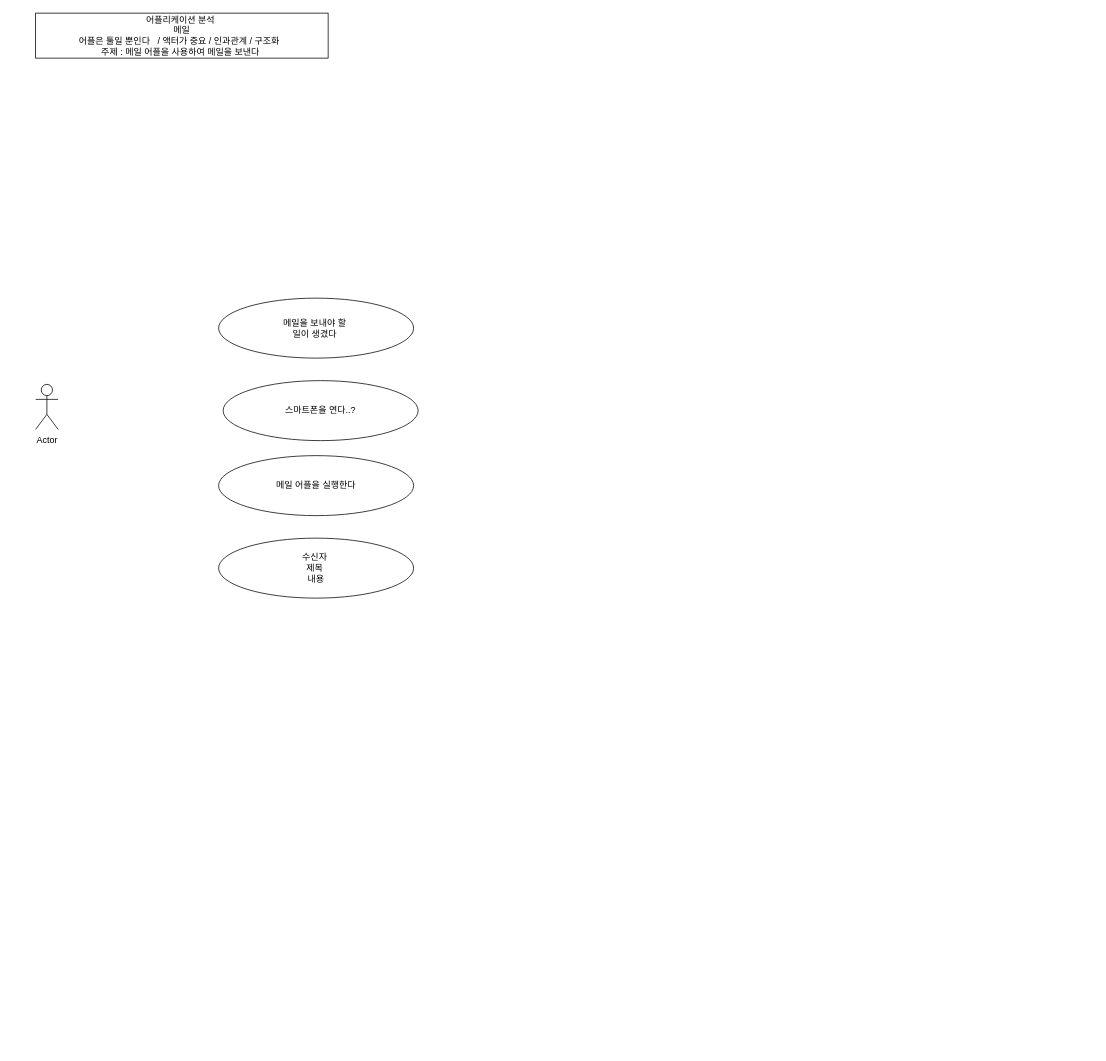
Before: usecase_diagram/application analysis(0922).drawio in Jin-bright/diagram_study, a draw.io diagram. Source tidied: cells renumbered, new cells numbered last; positions are measured from the earlier drawing's top-left corner, leaving out a move shared by most shapes. Both pictures are drawn from the tidied source at 75%, with x=0, y=0 at pixel (35, 13).
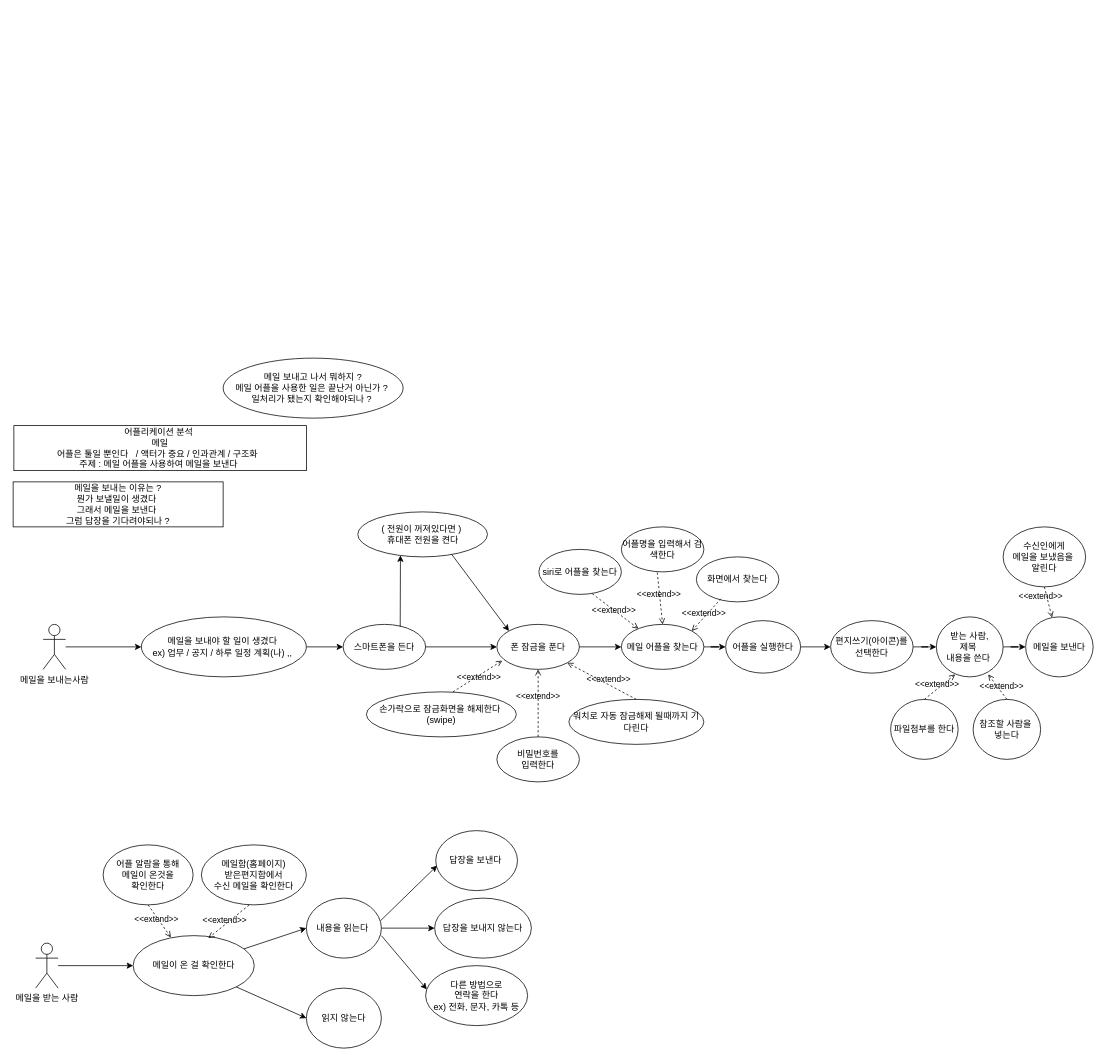
After the change.

What changed in the source:
```diff
@@
     <mxCell id="2" value="어플리케이션 분석&amp;nbsp;&lt;br&gt;메일&lt;br&gt;어플은 툴일 뿐인다&amp;nbsp; &amp;nbsp;/ 액터가 중요 / 인과관계 / 구조화&amp;nbsp;&amp;nbsp;&lt;br&gt;주제 : 메일 어플을 사용하여 메일을 보낸다&amp;nbsp;" style="rounded=0;whiteSpace=wrap;html=1;" parent="1" vertex="1">
-      <mxGeometry width="390" height="60" as="geometry" />
+      <mxGeometry x="-29" y="550" width="390" height="60" as="geometry" />
     </mxCell>
+    <mxCell id="8" style="edgeStyle=orthogonalEdgeStyle;rounded=0;jettySize=auto;html=1;" parent="1" edge="1" source="3" target="4">
+      <mxGeometry relative="1" as="geometry" />
+    </mxCell>
-    <mxCell id="3" value="Actor" style="shape=umlActor;verticalLabelPosition=bottom;verticalAlign=top;html=1;outlineConnect=0;" parent="1" vertex="1">
-      <mxGeometry y="495" width="30" height="60" as="geometry" />
+    <mxCell id="3" value="메일을 보내는사람" style="shape=umlActor;verticalLabelPosition=bottom;verticalAlign=top;html=1;outlineConnect=0;" parent="1" vertex="1">
+      <mxGeometry x="10" y="815" width="30" height="60" as="geometry" />
     </mxCell>
+    <mxCell id="9" style="edgeStyle=orthogonalEdgeStyle;rounded=0;jettySize=auto;html=1;" parent="1" edge="1" source="4" target="14">
+      <mxGeometry relative="1" as="geometry" />
+    </mxCell>
-    <mxCell id="4" value="메일을 보내야 할&amp;nbsp;&lt;br&gt;일이 생겼다&amp;nbsp;" style="ellipse;whiteSpace=wrap;html=1;" parent="1" vertex="1">
-      <mxGeometry x="244" y="380" width="260" height="80" as="geometry" />
+    <mxCell id="4" value="메일을 보내야 할&amp;nbsp;일이 생겼다&amp;nbsp;&lt;br&gt;ex) 업무 / 공지 / 하루 일정 계획(나) ,,&amp;nbsp;&lt;br&gt;" style="ellipse;whiteSpace=wrap;html=1;" parent="1" vertex="1">
+      <mxGeometry x="141" y="805" width="220" height="80" as="geometry" />
     </mxCell>
-    <mxCell id="5" value="스마트폰을 연다..?" style="ellipse;whiteSpace=wrap;html=1;" parent="1" vertex="1">
-      <mxGeometry x="250" y="490" width="260" height="80" as="geometry" />
+    <mxCell id="5" value="수신인에게&lt;br&gt;메일을 보냈음을&amp;nbsp;&lt;br&gt;알린다" style="ellipse;whiteSpace=wrap;html=1;" parent="1" vertex="1">
+      <mxGeometry x="1290" y="685" width="110" height="80" as="geometry" />
     </mxCell>
+    <mxCell id="10" style="edgeStyle=orthogonalEdgeStyle;rounded=0;jettySize=auto;html=1;" parent="1" edge="1" source="6" target="37">
+      <mxGeometry relative="1" as="geometry" />
+    </mxCell>
-    <mxCell id="6" value="메일 어플을 실행한다" style="ellipse;whiteSpace=wrap;html=1;" parent="1" vertex="1">
-      <mxGeometry x="244" y="590" width="260" height="80" as="geometry" />
+    <mxCell id="6" value="어플을 실행한다" style="ellipse;whiteSpace=wrap;html=1;" parent="1" vertex="1">
+      <mxGeometry x="920" y="810" width="100" height="70" as="geometry" />
     </mxCell>
+    <mxCell id="11" style="edgeStyle=orthogonalEdgeStyle;rounded=0;jettySize=auto;html=1;" parent="1" edge="1" source="7" target="12">
+      <mxGeometry relative="1" as="geometry" />
+    </mxCell>
-    <mxCell id="7" value="수신자&amp;nbsp;&lt;br&gt;제목&amp;nbsp;&lt;br&gt;내용&lt;br&gt;" style="ellipse;whiteSpace=wrap;html=1;" parent="1" vertex="1">
-      <mxGeometry x="244" y="700" width="260" height="80" as="geometry" />
+    <mxCell id="7" value="받는 사람,&lt;br&gt;제목&amp;nbsp;&lt;br&gt;내용을 쓴다&amp;nbsp;" style="ellipse;whiteSpace=wrap;html=1;" parent="1" vertex="1">
+      <mxGeometry x="1201" y="805" width="89" height="80" as="geometry" />
     </mxCell>
+    <mxCell id="12" value="메일을 보낸다" style="ellipse;whiteSpace=wrap;html=1;" parent="1" vertex="1">
+      <mxGeometry x="1320" y="805" width="90" height="80" as="geometry" />
+    </mxCell>
+    <mxCell id="13" value="메일 보내고 나서 뭐하지 ? &lt;br&gt;메일 어플을 사용한 일은 끝난거 아닌가 ?&amp;nbsp;&lt;br&gt;일처리가 됐는지 확인해야되나 ?&amp;nbsp;" style="ellipse;whiteSpace=wrap;html=1;" parent="1" vertex="1">
+      <mxGeometry x="250" y="460" width="240" height="80" as="geometry" />
+    </mxCell>
+    <mxCell id="14" value="스마트폰을 든다" style="ellipse;whiteSpace=wrap;html=1;" parent="1" vertex="1">
+      <mxGeometry x="410" y="815" width="110" height="60" as="geometry" />
+    </mxCell>
+    <mxCell id="15" value="폰 잠금을 푼다" style="ellipse;whiteSpace=wrap;html=1;" parent="1" vertex="1">
+      <mxGeometry x="615" y="815" width="110" height="60" as="geometry" />
+    </mxCell>
+    <mxCell id="16" value="( 전원이 꺼져있다면 )&amp;nbsp;&lt;br&gt;휴대폰 전원을 켠다" style="ellipse;whiteSpace=wrap;html=1;" parent="1" vertex="1">
+      <mxGeometry x="429.5" y="665" width="173" height="60" as="geometry" />
+    </mxCell>
+    <mxCell id="17" style="edgeStyle=orthogonalEdgeStyle;rounded=0;jettySize=auto;html=1;" parent="1" edge="1" source="18" target="6">
+      <mxGeometry relative="1" as="geometry" />
+    </mxCell>
+    <mxCell id="18" value="메일 어플을 찾는다" style="ellipse;whiteSpace=wrap;html=1;" parent="1" vertex="1">
+      <mxGeometry x="781" y="815" width="110" height="60" as="geometry" />
+    </mxCell>
+    <mxCell id="19" value="비밀번호를 &lt;br&gt;입력한다" style="ellipse;whiteSpace=wrap;html=1;" parent="1" vertex="1">
+      <mxGeometry x="615" y="965" width="110" height="60" as="geometry" />
+    </mxCell>
+    <mxCell id="20" value="워치로 자동 잠금해제 될때까지 기다린다" style="ellipse;whiteSpace=wrap;html=1;" parent="1" vertex="1">
+      <mxGeometry x="711" y="915" width="180" height="60" as="geometry" />
+    </mxCell>
+    <mxCell id="21" value="화면에서 찾는다" style="ellipse;whiteSpace=wrap;html=1;" parent="1" vertex="1">
+      <mxGeometry x="881" y="725" width="110" height="60" as="geometry" />
+    </mxCell>
+    <mxCell id="22" value="어플명을 입력해서 검색한다" style="ellipse;whiteSpace=wrap;html=1;" parent="1" vertex="1">
+      <mxGeometry x="781" y="685" width="110" height="60" as="geometry" />
+    </mxCell>
+    <mxCell id="23" value="&amp;lt;&amp;lt;extend&amp;gt;&amp;gt;" style="html=1;verticalAlign=bottom;labelBackgroundColor=none;endArrow=open;endFill=0;dashed=1;rounded=0;exitX=0.577;exitY=0;exitDx=0;exitDy=0;exitPerimeter=0;entryX=0.065;entryY=0.806;entryDx=0;entryDy=0;entryPerimeter=0;" parent="1" edge="1" source="32" target="15">
+      <mxGeometry x="-0.11" y="-10" relative="1" as="geometry" />
+    </mxCell>
+    <mxCell id="24" value="&amp;lt;&amp;lt;extend&amp;gt;&amp;gt;" style="html=1;verticalAlign=bottom;labelBackgroundColor=none;endArrow=open;endFill=0;dashed=1;rounded=0;entryX=0.5;entryY=1;entryDx=0;entryDy=0;exitX=0.5;exitY=0;exitDx=0;exitDy=0;" parent="1" edge="1" source="19" target="15">
+      <mxGeometry relative="1" as="geometry" />
+    </mxCell>
+    <mxCell id="25" value="&amp;lt;&amp;lt;extend&amp;gt;&amp;gt;" style="html=1;verticalAlign=bottom;labelBackgroundColor=none;endArrow=open;endFill=0;dashed=1;rounded=0;exitX=0.5;exitY=0;exitDx=0;exitDy=0;entryX=1;entryY=1;entryDx=0;entryDy=0;" parent="1" edge="1" source="20" target="15">
+      <mxGeometry x="-0.21" y="1" relative="1" as="geometry" />
+    </mxCell>
+    <mxCell id="26" value="&amp;lt;&amp;lt;extend&amp;gt;&amp;gt;" style="html=1;verticalAlign=bottom;labelBackgroundColor=none;endArrow=open;endFill=0;dashed=1;rounded=0;exitX=0.435;exitY=1.014;exitDx=0;exitDy=0;exitPerimeter=0;entryX=0.5;entryY=0;entryDx=0;entryDy=0;" parent="1" edge="1" source="22" target="18">
+      <mxGeometry x="0.1" y="-2" relative="1" as="geometry" />
+    </mxCell>
+    <mxCell id="27" value="&amp;lt;&amp;lt;extend&amp;gt;&amp;gt;" style="html=1;verticalAlign=bottom;labelBackgroundColor=none;endArrow=open;endFill=0;dashed=1;rounded=0;exitX=0.298;exitY=0.931;exitDx=0;exitDy=0;exitPerimeter=0;entryX=1;entryY=0;entryDx=0;entryDy=0;" parent="1" edge="1" source="21" target="18">
+      <mxGeometry x="0.25" y="2" relative="1" as="geometry" />
+    </mxCell>
+    <mxCell id="28" style="endArrow=classic;html=1;rounded=0;entryX=0.329;entryY=0.967;entryDx=0;entryDy=0;entryPerimeter=0;exitX=0.692;exitY=0.056;exitDx=0;exitDy=0;exitPerimeter=0;" parent="1" edge="1" source="14" target="16">
+      <mxGeometry relative="1" as="geometry" />
+    </mxCell>
+    <mxCell id="29" style="endArrow=classic;html=1;rounded=0;exitX=1;exitY=0.5;exitDx=0;exitDy=0;entryX=0;entryY=0.5;entryDx=0;entryDy=0;" parent="1" edge="1" source="14" target="15">
+      <mxGeometry relative="1" as="geometry" />
+    </mxCell>
+    <mxCell id="30" style="endArrow=classic;html=1;rounded=0;exitX=0.724;exitY=0.944;exitDx=0;exitDy=0;exitPerimeter=0;entryX=0;entryY=0;entryDx=0;entryDy=0;" parent="1" edge="1" source="16" target="15">
+      <mxGeometry relative="1" as="geometry" />
+    </mxCell>
+    <mxCell id="31" style="endArrow=classic;html=1;rounded=0;entryX=0;entryY=0.5;entryDx=0;entryDy=0;exitX=1;exitY=0.5;exitDx=0;exitDy=0;" parent="1" edge="1" source="15" target="18">
+      <mxGeometry relative="1" as="geometry" />
+    </mxCell>
+    <mxCell id="32" value="손가락으로 잠금화면을 해제한다&amp;nbsp;&lt;br&gt;(swipe)" style="ellipse;whiteSpace=wrap;html=1;" parent="1" vertex="1">
+      <mxGeometry x="441" y="905" width="200" height="60" as="geometry" />
+    </mxCell>
+    <mxCell id="33" value="siri로 어플을 찾는다" style="ellipse;whiteSpace=wrap;html=1;" parent="1" vertex="1">
+      <mxGeometry x="671" y="715" width="110" height="60" as="geometry" />
+    </mxCell>
+    <mxCell id="34" value="&amp;lt;&amp;lt;extend&amp;gt;&amp;gt;" style="html=1;verticalAlign=bottom;labelBackgroundColor=none;endArrow=open;endFill=0;dashed=1;rounded=0;exitX=0.647;exitY=0.986;exitDx=0;exitDy=0;exitPerimeter=0;" parent="1" edge="1" source="33" target="18">
+      <mxGeometry x="0.08" y="-7" relative="1" as="geometry" />
+    </mxCell>
+    <mxCell id="35" value="메일을 보내는 이유는 ?&lt;br&gt;뭔가 보낼일이 생겼다&amp;nbsp;&lt;br&gt;그래서 메일을 보낸다&amp;nbsp;&lt;br&gt;그럼 답장을 기다려야되나 ?&lt;br&gt;" style="rounded=0;whiteSpace=wrap;html=1;" parent="1" vertex="1">
+      <mxGeometry x="-30" y="625" width="280" height="60" as="geometry" />
+    </mxCell>
+    <mxCell id="36" style="edgeStyle=orthogonalEdgeStyle;rounded=0;jettySize=auto;html=1;" parent="1" edge="1" source="37" target="7">
+      <mxGeometry relative="1" as="geometry" />
+    </mxCell>
+    <mxCell id="37" value="편지쓰기(아이콘)를 &lt;br&gt;선택한다" style="ellipse;whiteSpace=wrap;html=1;" parent="1" vertex="1">
+      <mxGeometry x="1060" y="810" width="110" height="70" as="geometry" />
+    </mxCell>
+    <mxCell id="38" value="파일첨부를 한다" style="ellipse;whiteSpace=wrap;html=1;" parent="1" vertex="1">
+      <mxGeometry x="1140" y="915" width="90" height="80" as="geometry" />
+    </mxCell>
+    <mxCell id="39" value="참조할 사람을&amp;nbsp;&lt;br&gt;넣는다" style="ellipse;whiteSpace=wrap;html=1;" parent="1" vertex="1">
+      <mxGeometry x="1250" y="915" width="90" height="80" as="geometry" />
+    </mxCell>
+    <mxCell id="40" value="&amp;lt;&amp;lt;extend&amp;gt;&amp;gt;" style="html=1;verticalAlign=bottom;labelBackgroundColor=none;endArrow=open;endFill=0;dashed=1;rounded=0;exitX=0.5;exitY=0;exitDx=0;exitDy=0;entryX=0.776;entryY=0.958;entryDx=0;entryDy=0;entryPerimeter=0;" parent="1" edge="1" source="39" target="7">
+      <mxGeometry x="-0.46" y="1" relative="1" as="geometry" />
+    </mxCell>
+    <mxCell id="41" value="&amp;lt;&amp;lt;extend&amp;gt;&amp;gt;" style="html=1;verticalAlign=bottom;labelBackgroundColor=none;endArrow=open;endFill=0;dashed=1;rounded=0;exitX=0.5;exitY=0;exitDx=0;exitDy=0;entryX=0.282;entryY=0.958;entryDx=0;entryDy=0;entryPerimeter=0;" parent="1" edge="1" source="38" target="7">
+      <mxGeometry x="-0.22" y="-1" relative="1" as="geometry">
+        <mxPoint y="1" as="offset" />
+      </mxGeometry>
+    </mxCell>
+    <mxCell id="42" style="edgeStyle=orthogonalEdgeStyle;rounded=0;jettySize=auto;html=1;" parent="1" edge="1" source="43" target="44">
+      <mxGeometry relative="1" as="geometry" />
+    </mxCell>
+    <mxCell id="43" value="메일을 받는 사람" style="shape=umlActor;verticalLabelPosition=bottom;verticalAlign=top;html=1;outlineConnect=0;" parent="1" vertex="1">
+      <mxGeometry y="1240" width="30" height="60" as="geometry" />
+    </mxCell>
+    <mxCell id="44" value="메일이 온 걸 확인한다" style="ellipse;whiteSpace=wrap;html=1;" parent="1" vertex="1">
+      <mxGeometry x="130" y="1230" width="161.5" height="80" as="geometry" />
+    </mxCell>
+    <mxCell id="45" value="답장을 보낸다&amp;nbsp;" style="ellipse;whiteSpace=wrap;html=1;" parent="1" vertex="1">
+      <mxGeometry x="533.5" y="1090" width="109" height="80" as="geometry" />
+    </mxCell>
+    <mxCell id="46" style="edgeStyle=orthogonalEdgeStyle;rounded=0;jettySize=auto;html=1;" parent="1" edge="1" source="47" target="49">
+      <mxGeometry relative="1" as="geometry" />
+    </mxCell>
+    <mxCell id="47" value="내용을 읽는다&amp;nbsp;" style="ellipse;whiteSpace=wrap;html=1;" parent="1" vertex="1">
+      <mxGeometry x="361" y="1180" width="100" height="80" as="geometry" />
+    </mxCell>
+    <mxCell id="48" value="읽지 않는다" style="ellipse;whiteSpace=wrap;html=1;" parent="1" vertex="1">
+      <mxGeometry x="361" y="1300" width="100" height="80" as="geometry" />
+    </mxCell>
+    <mxCell id="49" value="답장을 보내지 않는다" style="ellipse;whiteSpace=wrap;html=1;" parent="1" vertex="1">
+      <mxGeometry x="532" y="1180" width="129" height="80" as="geometry" />
+    </mxCell>
+    <mxCell id="50" value="어플 알람을 통해&lt;br&gt;메일이 온것을&lt;br&gt;확인한다" style="ellipse;whiteSpace=wrap;html=1;" parent="1" vertex="1">
+      <mxGeometry x="90" y="1109" width="120" height="80" as="geometry" />
+    </mxCell>
+    <mxCell id="51" value="메일함(홈페이지)&lt;br&gt;받은편지함에서&lt;br&gt;수신 메일을 확인한다" style="ellipse;whiteSpace=wrap;html=1;" parent="1" vertex="1">
+      <mxGeometry x="221" y="1109" width="140" height="80" as="geometry" />
+    </mxCell>
+    <mxCell id="52" value="다른 방법으로 &lt;br&gt;연락을 한다&lt;br&gt;ex) 전화, 문자, 카톡 등" style="ellipse;whiteSpace=wrap;html=1;" parent="1" vertex="1">
+      <mxGeometry x="520" y="1270" width="136" height="80" as="geometry" />
+    </mxCell>
+    <mxCell id="53" style="endArrow=classic;html=1;rounded=0;entryX=0;entryY=0.5;entryDx=0;entryDy=0;" parent="1" edge="1" source="44" target="47">
+      <mxGeometry relative="1" as="geometry" />
+    </mxCell>
+    <mxCell id="54" style="endArrow=classic;html=1;rounded=0;entryX=0;entryY=0.5;entryDx=0;entryDy=0;exitX=1;exitY=1;exitDx=0;exitDy=0;" parent="1" edge="1" source="44" target="48">
+      <mxGeometry relative="1" as="geometry" />
+    </mxCell>
+    <mxCell id="55" style="endArrow=classic;html=1;rounded=0;entryX=0.017;entryY=0.583;entryDx=0;entryDy=0;entryPerimeter=0;" parent="1" edge="1" target="45">
+      <mxGeometry relative="1" as="geometry">
+        <mxPoint x="460" y="1210" as="sourcePoint" />
+      </mxGeometry>
+    </mxCell>
+    <mxCell id="56" style="endArrow=classic;html=1;rounded=0;entryX=0.012;entryY=0.396;entryDx=0;entryDy=0;entryPerimeter=0;" parent="1" edge="1" target="52">
+      <mxGeometry relative="1" as="geometry">
+        <mxPoint x="461" y="1230" as="sourcePoint" />
+      </mxGeometry>
+    </mxCell>
+    <mxCell id="57" value="&amp;lt;&amp;lt;extend&amp;gt;&amp;gt;" style="html=1;verticalAlign=bottom;labelBackgroundColor=none;endArrow=open;endFill=0;dashed=1;rounded=0;exitX=0.455;exitY=1.002;exitDx=0;exitDy=0;exitPerimeter=0;entryX=0.621;entryY=0.042;entryDx=0;entryDy=0;entryPerimeter=0;" parent="1" edge="1" source="51" target="44">
+      <mxGeometry x="0.25" y="2" relative="1" as="geometry" />
+    </mxCell>
+    <mxCell id="58" value="&amp;lt;&amp;lt;extend&amp;gt;&amp;gt;" style="html=1;verticalAlign=bottom;labelBackgroundColor=none;endArrow=open;endFill=0;dashed=1;rounded=0;exitX=0.5;exitY=1;exitDx=0;exitDy=0;entryX=0.312;entryY=0.031;entryDx=0;entryDy=0;entryPerimeter=0;" parent="1" edge="1" source="50" target="44">
+      <mxGeometry x="0.08" y="-7" relative="1" as="geometry" />
+    </mxCell>
+    <mxCell id="59" value="&amp;lt;&amp;lt;extend&amp;gt;&amp;gt;" style="html=1;verticalAlign=bottom;labelBackgroundColor=none;endArrow=open;endFill=0;dashed=1;rounded=0;exitX=0.5;exitY=1;exitDx=0;exitDy=0;" parent="1" edge="1" source="5" target="12">
+      <mxGeometry x="-0.11" y="-10" relative="1" as="geometry" />
+    </mxCell>
```
